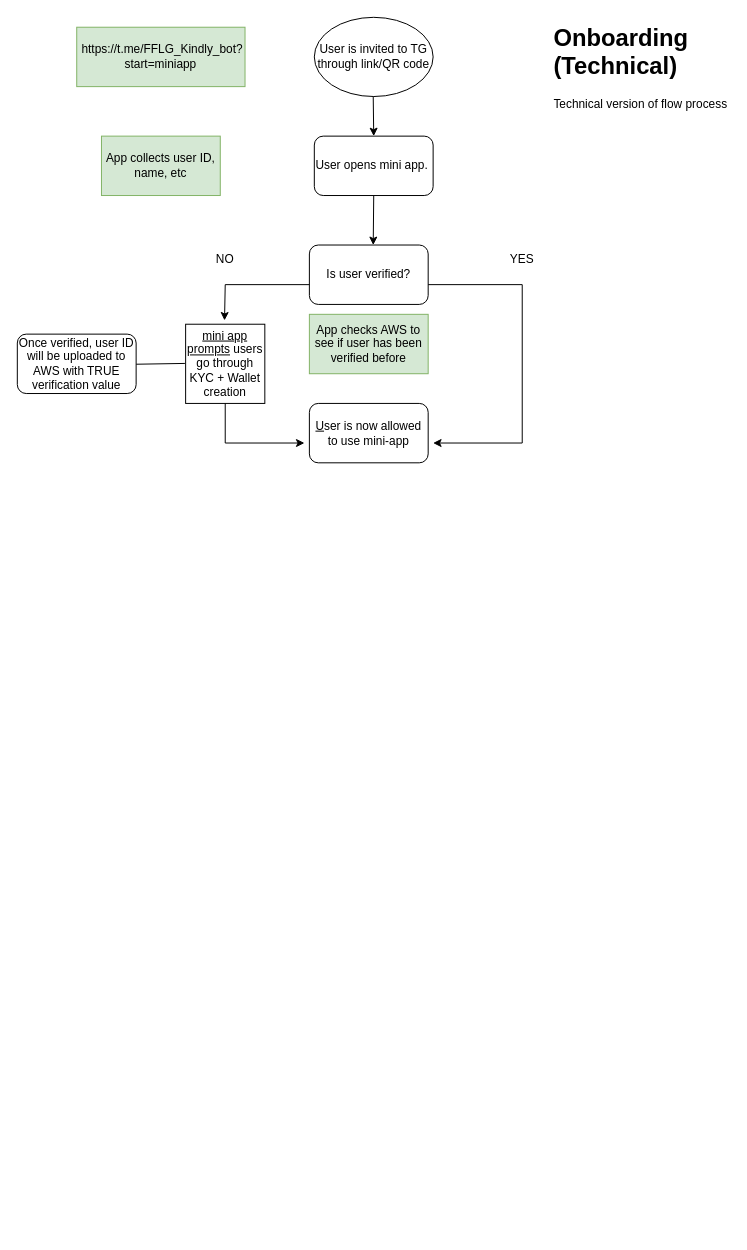
The draw.io diagram page "Page-2" (2 of 2) of Flowchart.drawio in RobItu/Telegram-mini-app-example, before the edit. Source tidied: cells renumbered, new cells numbered last; positions are measured from the earlier drawing's top-left corner, leaving out a move shared by most shapes. Both pictures are drawn from the tidied source at 99%, with x=0, y=0 at pixel (17, 17).
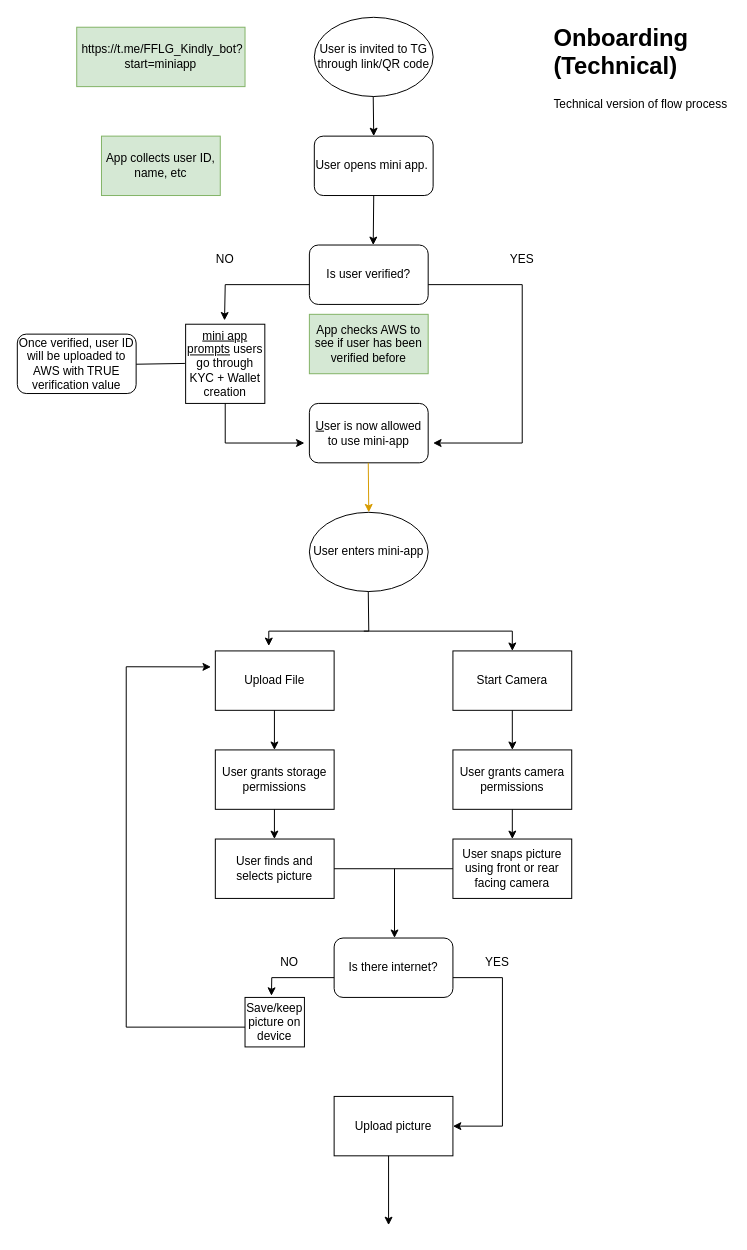
The same page after the edit.

Diff of the diagram source:
```diff
@@
+    <mxCell id="20" style="endArrow=classic;html=1;rounded=0;fillColor=#ffe6cc;strokeColor=#d79b00;" parent="1" edge="1">
+      <mxGeometry relative="1" as="geometry">
+        <mxPoint x="354.5" y="450" as="sourcePoint" />
+        <mxPoint x="355" y="500" as="targetPoint" />
+      </mxGeometry>
+    </mxCell>
+    <mxCell id="21" value="User enters mini-app" style="ellipse;whiteSpace=wrap;html=1;" parent="1" vertex="1">
+      <mxGeometry x="295" y="500" width="120" height="80" as="geometry" />
+    </mxCell>
+    <mxCell id="22" value="Upload File" style="rounded=0;whiteSpace=wrap;html=1;" parent="1" vertex="1">
+      <mxGeometry x="200" y="640" width="120" height="60" as="geometry" />
+    </mxCell>
+    <mxCell id="23" value="Start Camera" style="rounded=0;whiteSpace=wrap;html=1;" parent="1" vertex="1">
+      <mxGeometry x="440" y="640" width="120" height="60" as="geometry" />
+    </mxCell>
+    <mxCell id="24" style="endArrow=classic;html=1;rounded=0;entryX=0.5;entryY=0;entryDx=0;entryDy=0;" parent="1" edge="1" target="23">
+      <mxGeometry relative="1" as="geometry">
+        <mxPoint x="350" y="620" as="sourcePoint" />
+        <Array as="points">
+          <mxPoint x="500" y="620" />
+        </Array>
+      </mxGeometry>
+    </mxCell>
+    <mxCell id="25" style="endArrow=classic;html=1;rounded=0;" parent="1" edge="1">
+      <mxGeometry relative="1" as="geometry">
+        <mxPoint x="500" y="700" as="sourcePoint" />
+        <mxPoint x="500" y="740" as="targetPoint" />
+      </mxGeometry>
+    </mxCell>
+    <mxCell id="26" style="endArrow=classic;html=1;rounded=0;" parent="1" edge="1">
+      <mxGeometry relative="1" as="geometry">
+        <mxPoint x="259.7" y="700" as="sourcePoint" />
+        <mxPoint x="259.7" y="740" as="targetPoint" />
+      </mxGeometry>
+    </mxCell>
+    <mxCell id="27" value="User snaps picture using front or rear facing camera" style="rounded=0;whiteSpace=wrap;html=1;" parent="1" vertex="1">
+      <mxGeometry x="440" y="830" width="120" height="60" as="geometry" />
+    </mxCell>
+    <mxCell id="28" value="Is there internet?" style="rounded=1;whiteSpace=wrap;html=1;" parent="1" vertex="1">
+      <mxGeometry x="320" y="930" width="120" height="60" as="geometry" />
+    </mxCell>
+    <mxCell id="29" value="YES" style="text;html=1;align=center;verticalAlign=middle;whiteSpace=wrap;rounded=0;" parent="1" vertex="1">
+      <mxGeometry x="455" y="940" width="60" height="30" as="geometry" />
+    </mxCell>
+    <mxCell id="30" value="NO" style="text;html=1;align=center;verticalAlign=middle;whiteSpace=wrap;rounded=0;" parent="1" vertex="1">
+      <mxGeometry x="245" y="940" width="60" height="30" as="geometry" />
+    </mxCell>
+    <mxCell id="31" value="Save/keep picture on device" style="rounded=0;whiteSpace=wrap;html=1;" parent="1" vertex="1">
+      <mxGeometry x="230" y="990" width="60" height="50" as="geometry" />
+    </mxCell>
+    <mxCell id="32" style="endArrow=classic;html=1;rounded=0;entryX=0.445;entryY=-0.034;entryDx=0;entryDy=0;entryPerimeter=0;" parent="1" edge="1" target="31">
+      <mxGeometry relative="1" as="geometry">
+        <mxPoint x="320" y="970" as="sourcePoint" />
+        <Array as="points">
+          <mxPoint x="257" y="970" />
+        </Array>
+      </mxGeometry>
+    </mxCell>
+    <mxCell id="33" value="Upload picture" style="rounded=0;whiteSpace=wrap;html=1;" parent="1" vertex="1">
+      <mxGeometry x="320" y="1090" width="120" height="60" as="geometry" />
+    </mxCell>
+    <mxCell id="34" value="User grants storage permissions" style="rounded=0;whiteSpace=wrap;html=1;" parent="1" vertex="1">
+      <mxGeometry x="200" y="740" width="120" height="60" as="geometry" />
+    </mxCell>
+    <mxCell id="35" value="User grants camera permissions" style="rounded=0;whiteSpace=wrap;html=1;" parent="1" vertex="1">
+      <mxGeometry x="440" y="740" width="120" height="60" as="geometry" />
+    </mxCell>
+    <mxCell id="36" style="endArrow=classic;html=1;rounded=0;" parent="1" edge="1">
+      <mxGeometry relative="1" as="geometry">
+        <mxPoint x="440" y="970" as="sourcePoint" />
+        <mxPoint x="440" y="1120" as="targetPoint" />
+        <Array as="points">
+          <mxPoint x="490" y="970" />
+          <mxPoint x="490" y="1120" />
+        </Array>
+      </mxGeometry>
+    </mxCell>
+    <mxCell id="37" value="User finds and selects picture" style="rounded=0;whiteSpace=wrap;html=1;" parent="1" vertex="1">
+      <mxGeometry x="200" y="830" width="120" height="60" as="geometry" />
+    </mxCell>
+    <mxCell id="38" style="endArrow=none;html=1;rounded=0;entryX=0;entryY=0.5;entryDx=0;entryDy=0;" parent="1" edge="1" target="27">
+      <mxGeometry relative="1" as="geometry">
+        <mxPoint x="320" y="860" as="sourcePoint" />
+      </mxGeometry>
+    </mxCell>
+    <mxCell id="39" style="endArrow=classic;html=1;rounded=0;entryX=0.417;entryY=-0.002;entryDx=0;entryDy=0;entryPerimeter=0;" parent="1" edge="1">
+      <mxGeometry relative="1" as="geometry">
+        <mxPoint x="381" y="860" as="sourcePoint" />
+        <mxPoint x="381" y="929.9" as="targetPoint" />
+      </mxGeometry>
+    </mxCell>
+    <mxCell id="40" style="endArrow=classic;html=1;rounded=0;entryX=-0.037;entryY=0.269;entryDx=0;entryDy=0;entryPerimeter=0;" parent="1" edge="1" target="22">
+      <mxGeometry relative="1" as="geometry">
+        <mxPoint x="230" y="1020" as="sourcePoint" />
+        <Array as="points">
+          <mxPoint x="110" y="1020" />
+          <mxPoint x="110" y="656" />
+        </Array>
+      </mxGeometry>
+    </mxCell>
+    <mxCell id="41" style="endArrow=classic;html=1;rounded=0;" parent="1" edge="1">
+      <mxGeometry relative="1" as="geometry">
+        <mxPoint x="259.7" y="800" as="sourcePoint" />
+        <mxPoint x="259.7" y="830" as="targetPoint" />
+      </mxGeometry>
+    </mxCell>
+    <mxCell id="42" style="endArrow=classic;html=1;rounded=0;" parent="1" edge="1">
+      <mxGeometry relative="1" as="geometry">
+        <mxPoint x="500" y="800" as="sourcePoint" />
+        <mxPoint x="500" y="830" as="targetPoint" />
+      </mxGeometry>
+    </mxCell>
+    <mxCell id="43" style="endArrow=classic;html=1;rounded=0;entryX=0.45;entryY=-0.083;entryDx=0;entryDy=0;entryPerimeter=0;" parent="1" edge="1" target="22">
+      <mxGeometry relative="1" as="geometry">
+        <mxPoint x="354.5" y="580" as="sourcePoint" />
+        <Array as="points">
+          <mxPoint x="355" y="620" />
+          <mxPoint x="254" y="620" />
+        </Array>
+      </mxGeometry>
+    </mxCell>
+    <mxCell id="44" style="endArrow=classic;html=1;rounded=0;" parent="1" edge="1">
+      <mxGeometry relative="1" as="geometry">
+        <mxPoint x="375" y="1150" as="sourcePoint" />
+        <mxPoint x="375" y="1220" as="targetPoint" />
+      </mxGeometry>
+    </mxCell>
```
